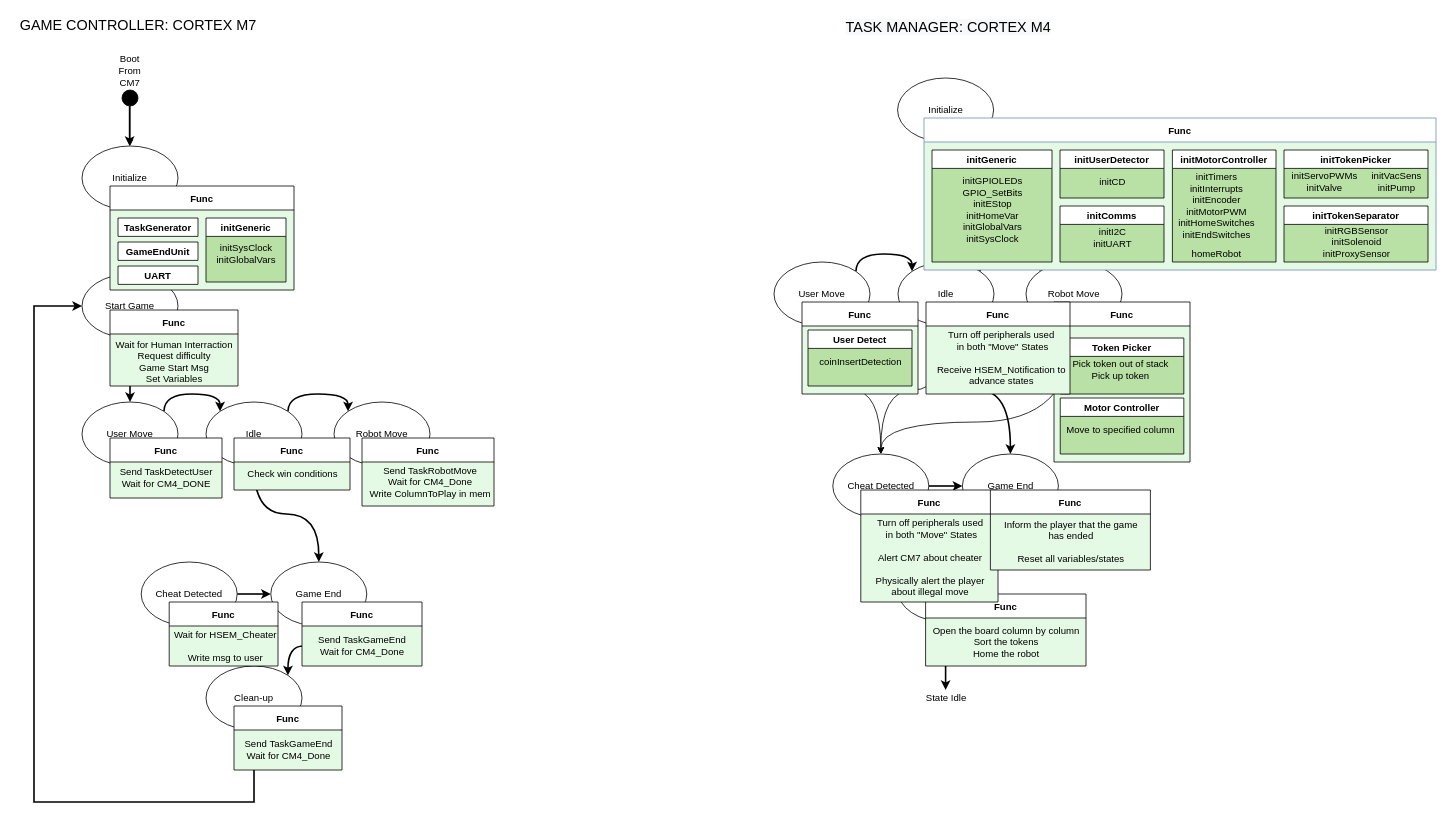
This is page "CM7 and CM4 Functions" (3 of 3) of 4. Diagrams/System/GameController-CM7 TaskManager-CM4.drawio from BorIvanov/Documents, a draw.io file, before an edit. Source tidied: cells renumbered, new cells numbered last; positions are measured from the earlier drawing's top-left corner, leaving out a move shared by most shapes. Both pictures are drawn from the tidied source at 80%, with x=0, y=0 at pixel (14, 14).
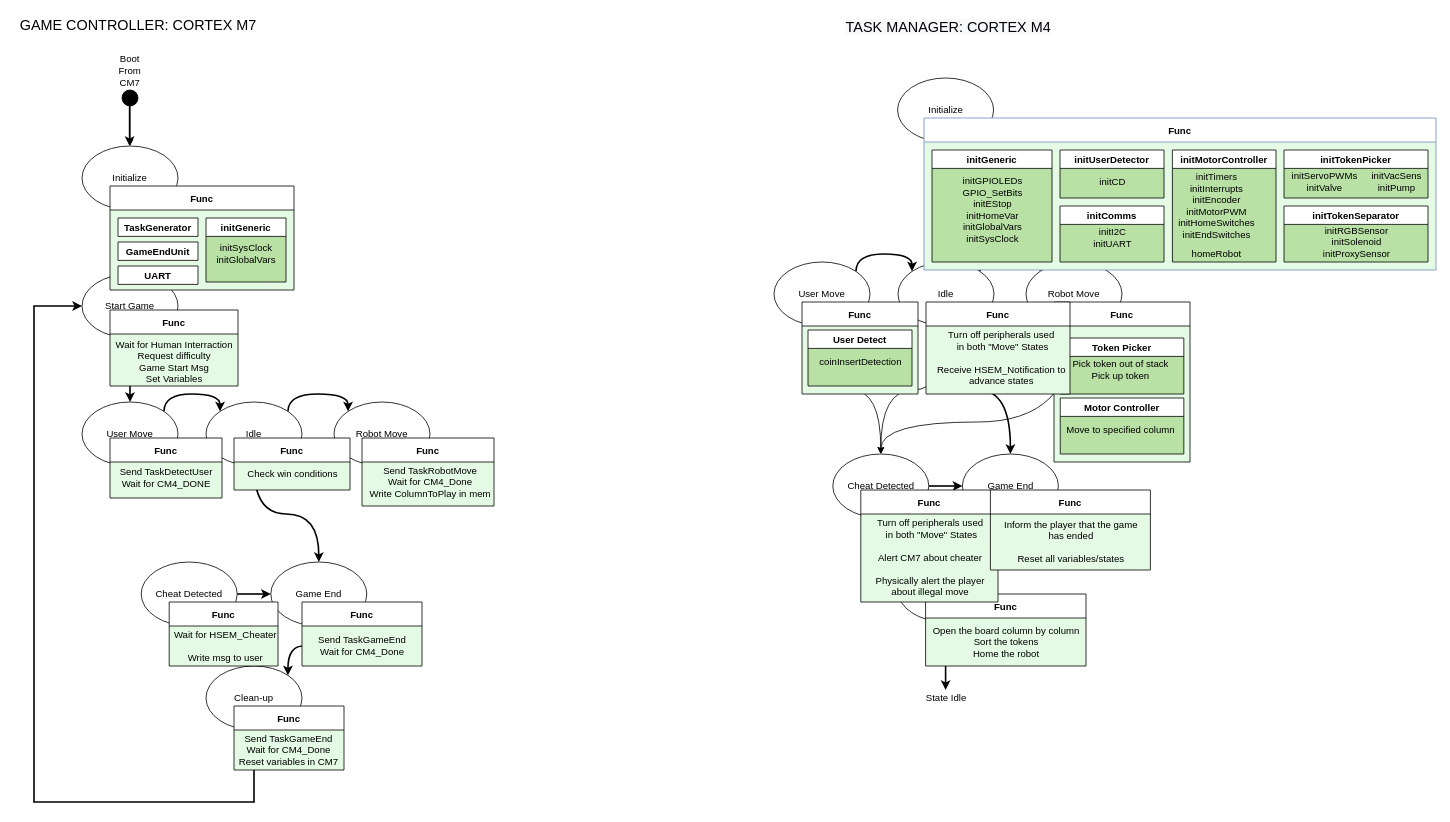
After the change.

Diff of the diagram source:
```diff
@@
     <mxCell id="94" value="Func" style="swimlane;startSize=30;fontSize=12;strokeWidth=1;swimlaneFillColor=#E5FAE4;" parent="1" vertex="1">
-      <mxGeometry x="275" y="865" width="135" height="80" as="geometry" />
+      <mxGeometry x="275" y="865" width="137.5" height="80" as="geometry" />
     </mxCell>
-    <mxCell id="95" value="Send TaskGameEnd&lt;br&gt;Wait for CM4_Done" style="text;html=1;align=center;verticalAlign=middle;strokeColor=none;fillColor=none;" parent="94" vertex="1">
-      <mxGeometry x="2.5" y="40" width="130" height="30" as="geometry" />
+    <mxCell id="95" value="Send TaskGameEnd&lt;br&gt;Wait for CM4_Done&lt;br&gt;Reset variables in CM7" style="text;html=1;align=center;verticalAlign=middle;strokeColor=none;fillColor=none;" parent="94" vertex="1">
+      <mxGeometry x="-2.5" y="30" width="140" height="50" as="geometry" />
     </mxCell>
```
